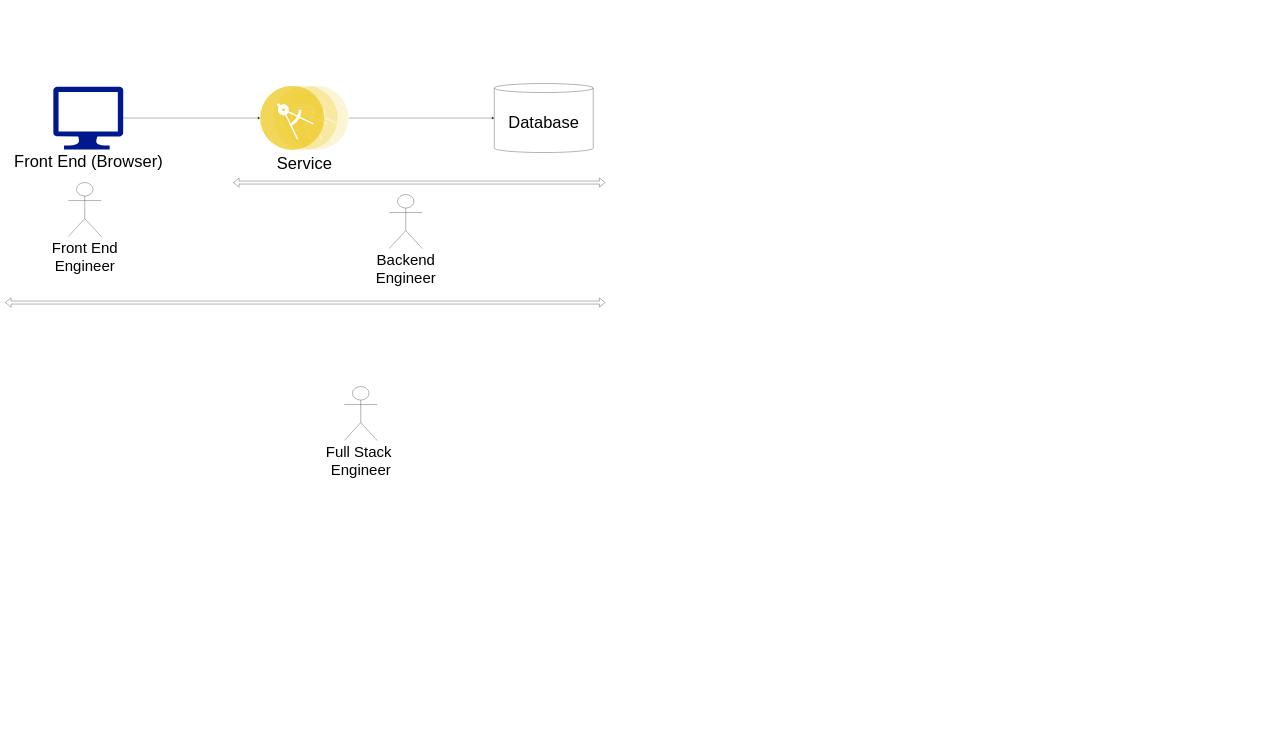
Earlier version of the draw.io diagram page "Presentation" (2 of 2) of talks/iit-b/Career In Analytics.drawio (aTechGuide/draw.io). Source tidied: cells renumbered, new cells numbered last; positions are measured from the earlier drawing's top-left corner, leaving out a move shared by most shapes. Both pictures are drawn from the tidied source at 30%, with x=0, y=0 at pixel (5, 83).
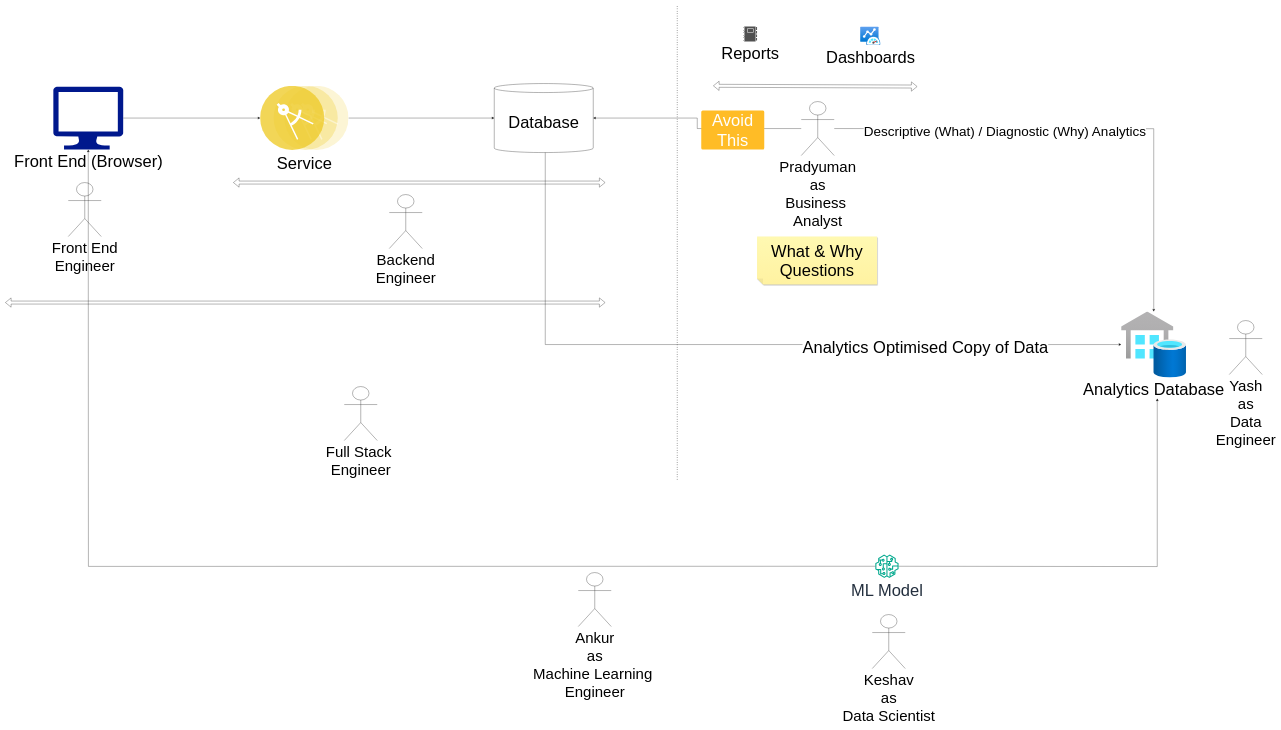
The same diagram, later.

Unchanged cells that the change refers to:
```xml
<mxCell id="6" value="&lt;font style=&quot;font-size: 55px;&quot;&gt;Database&lt;/font&gt;" style="shape=cylinder3;whiteSpace=wrap;html=1;boundedLbl=1;backgroundOutline=1;size=15;" parent="1" vertex="1">
  <mxGeometry x="1630" width="330" height="230" as="geometry" />
</mxCell>
```

The edit, as a diff of the source:
```diff
@@
+    <mxCell id="12" parent="0" />
+    <mxCell id="13" style="endArrow=none;dashed=1;html=1;dashPattern=1 3;strokeWidth=2;rounded=0;" parent="12" edge="1">
+      <mxGeometry relative="1" as="geometry">
+        <mxPoint x="2240" y="1320" as="sourcePoint" />
+        <mxPoint x="2240" y="-260" as="targetPoint" />
+      </mxGeometry>
+    </mxCell>
+    <mxCell id="14" value="&lt;font style=&quot;font-size: 55px;&quot;&gt;Reports&lt;/font&gt;" style="sketch=0;shadow=0;dashed=0;html=1;strokeColor=none;labelPosition=center;verticalLabelPosition=bottom;verticalAlign=top;align=center;fillColor=#505050;shape=mxgraph.mscae.intune.reports;" parent="12" vertex="1">
+      <mxGeometry x="2460" y="-190" width="46" height="50" as="geometry" />
+    </mxCell>
+    <mxCell id="15" value="&lt;font style=&quot;font-size: 55px;&quot;&gt;Dashboards&lt;/font&gt;" style="image;html=1;align=center;fontSize=12;image=img/lib/azure2/other/Azure_Monitor_Dashboard.svg;" parent="12" vertex="1">
+      <mxGeometry x="2850" y="-190" width="68" height="63.2" as="geometry" />
+    </mxCell>
+    <mxCell id="16" style="shape=flexArrow;endArrow=classic;startArrow=classic;html=1;rounded=0;" parent="12" edge="1">
+      <mxGeometry relative="1" as="geometry">
+        <mxPoint x="2360" y="7.5" as="sourcePoint" />
+        <mxPoint x="3040" y="10" as="targetPoint" />
+      </mxGeometry>
+    </mxCell>
+    <mxCell id="17" style="edgeStyle=orthogonalEdgeStyle;rounded=0;jettySize=auto;html=1;" parent="12" edge="1" source="18" target="6">
+      <mxGeometry relative="1" as="geometry" />
+    </mxCell>
+    <mxCell id="18" value="&lt;font style=&quot;font-size: 50px;&quot;&gt;Pradyuman&lt;br&gt;as&lt;br&gt;Business&amp;nbsp;&lt;br&gt;Analyst&lt;br&gt;&lt;/font&gt;" style="shape=umlActor;verticalLabelPosition=bottom;verticalAlign=top;html=1;outlineConnect=0;" parent="12" vertex="1">
+      <mxGeometry x="2653.3" y="60" width="110" height="180" as="geometry" />
+    </mxCell>
+    <mxCell id="19" value="&lt;font style=&quot;font-size: 55px;&quot;&gt;What &amp;amp; Why&lt;br&gt;Questions&lt;/font&gt;" style="shape=note;whiteSpace=wrap;html=1;backgroundOutline=1;fontColor=#000000;darkOpacity=0.05;fillColor=#FFF9B2;strokeColor=none;fillStyle=solid;direction=west;gradientDirection=north;gradientColor=#FFF2A1;shadow=1;size=20;" parent="12" vertex="1">
+      <mxGeometry x="2506" y="510" width="400" height="160" as="geometry" />
+    </mxCell>
+    <mxCell id="20" parent="0" />
+    <mxCell id="21" value="&lt;font style=&quot;font-size: 55px;&quot;&gt;Analytics Database&lt;/font&gt;" style="image;html=1;points=[];align=center;fontSize=12;image=img/lib/azure2/databases/SQL_Data_Warehouses.svg;" parent="20" vertex="1">
+      <mxGeometry x="3720" y="760" width="216.6" height="220" as="geometry" />
+    </mxCell>
+    <mxCell id="22" value="&lt;font style=&quot;font-size: 45px;&quot;&gt;Descriptive (What) / Diagnostic (Why) Analytics&lt;/font&gt;" style="edgeStyle=orthogonalEdgeStyle;rounded=0;jettySize=auto;html=1;" parent="20" edge="1" target="21">
+      <mxGeometry x="-0.32" y="-10" relative="1" as="geometry">
+        <mxPoint x="2763.3" y="150" as="sourcePoint" />
+      </mxGeometry>
+    </mxCell>
+    <mxCell id="23" value="&lt;font style=&quot;font-size: 50px;&quot;&gt;Yash&lt;br&gt;as&lt;br&gt;Data&lt;br&gt;Engineer&lt;br&gt;&lt;/font&gt;" style="shape=umlActor;verticalLabelPosition=bottom;verticalAlign=top;html=1;" parent="20" vertex="1">
+      <mxGeometry x="4080" y="790" width="110" height="180" as="geometry" />
+    </mxCell>
+    <mxCell id="24" value="&lt;font style=&quot;font-size: 55px;&quot;&gt;Avoid This&lt;/font&gt;" style="html=1;shadow=0;dashed=0;shape=mxgraph.bootstrap.rrect;rSize=5;strokeColor=none;strokeWidth=1;fillColor=#FFBC26;fontColor=#FFFFFF;whiteSpace=wrap;align=center;verticalAlign=middle;spacingLeft=0;fontStyle=0;fontSize=16;spacing=5;" parent="20" vertex="1">
+      <mxGeometry x="2320" y="90" width="210" height="130" as="geometry" />
+    </mxCell>
+    <mxCell id="25" value="&lt;font style=&quot;font-size: 55px;&quot;&gt;Analytics Optimised Copy of Data&lt;/font&gt;" style="edgeStyle=orthogonalEdgeStyle;rounded=0;jettySize=auto;html=1;" parent="20" edge="1" source="6">
+      <mxGeometry x="0.49" y="-10" relative="1" as="geometry">
+        <mxPoint x="3720" y="870" as="targetPoint" />
+        <Array as="points">
+          <mxPoint x="1800" y="870" />
+        </Array>
+      </mxGeometry>
+    </mxCell>
+    <mxCell id="26" parent="0" />
+    <mxCell id="27" value="&lt;font style=&quot;font-size: 55px;&quot;&gt;ML Model&lt;/font&gt;" style="sketch=0;outlineConnect=0;fontColor=#232F3E;gradientColor=none;fillColor=#01A88D;strokeColor=none;dashed=0;verticalLabelPosition=bottom;verticalAlign=top;align=center;html=1;fontSize=12;fontStyle=0;shape=mxgraph.aws4.sagemaker_model;" parent="26" vertex="1">
+      <mxGeometry x="2900" y="1570" width="78" height="78" as="geometry" />
+    </mxCell>
+    <mxCell id="28" value="&lt;font style=&quot;font-size: 50px;&quot;&gt;Keshav&lt;br&gt;as&lt;br&gt;Data Scientist&lt;br&gt;&lt;/font&gt;" style="shape=umlActor;verticalLabelPosition=bottom;verticalAlign=top;html=1;" parent="26" vertex="1">
+      <mxGeometry x="2890" y="1770" width="110" height="180" as="geometry" />
+    </mxCell>
+    <mxCell id="29" style="endArrow=classic;html=1;rounded=0;entryX=0.554;entryY=1.318;entryDx=0;entryDy=0;entryPerimeter=0;" parent="26" edge="1" source="27" target="21">
+      <mxGeometry relative="1" as="geometry">
+        <Array as="points">
+          <mxPoint x="3840" y="1610" />
+        </Array>
+      </mxGeometry>
+    </mxCell>
+    <mxCell id="30" parent="0" />
+    <mxCell id="31" style="edgeStyle=orthogonalEdgeStyle;rounded=0;orthogonalLoop=1;jettySize=auto;html=1;" parent="30" edge="1">
+      <mxGeometry relative="1" as="geometry">
+        <mxPoint x="2900.3" y="1609" as="sourcePoint" />
+        <mxPoint x="276.7" y="220" as="targetPoint" />
+      </mxGeometry>
+    </mxCell>
+    <mxCell id="32" value="&lt;font style=&quot;font-size: 50px;&quot;&gt;Ankur&lt;br&gt;as&lt;br&gt;Machine Learning&amp;nbsp;&lt;br&gt;Engineer&lt;br&gt;&lt;/font&gt;" style="shape=umlActor;verticalLabelPosition=bottom;verticalAlign=top;html=1;" parent="30" vertex="1">
+      <mxGeometry x="1910" y="1630" width="110" height="180" as="geometry" />
+    </mxCell>
```
